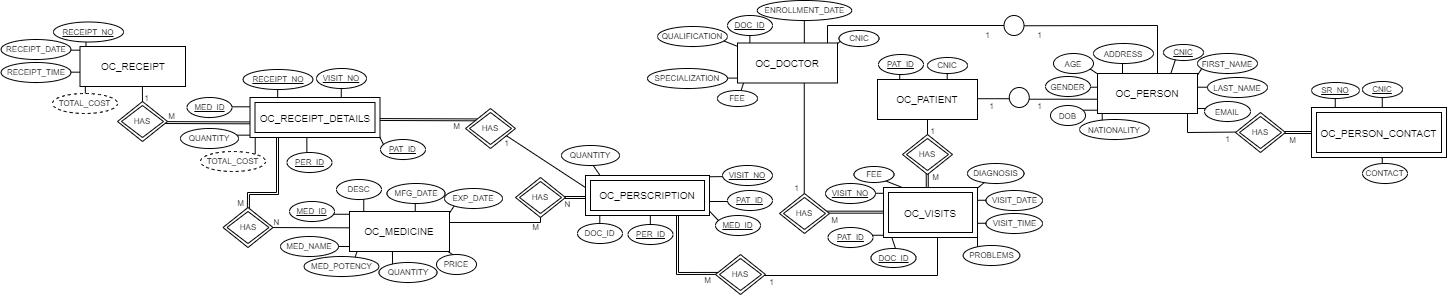
The draw.io diagram Database/Open Clinic ERD.png in talhaahmed884/Open-Clinic, before a commit. Source tidied: cells renumbered, new cells last; positions are measured from the earlier drawing's top-left corner, leaving out a move shared by most shapes.
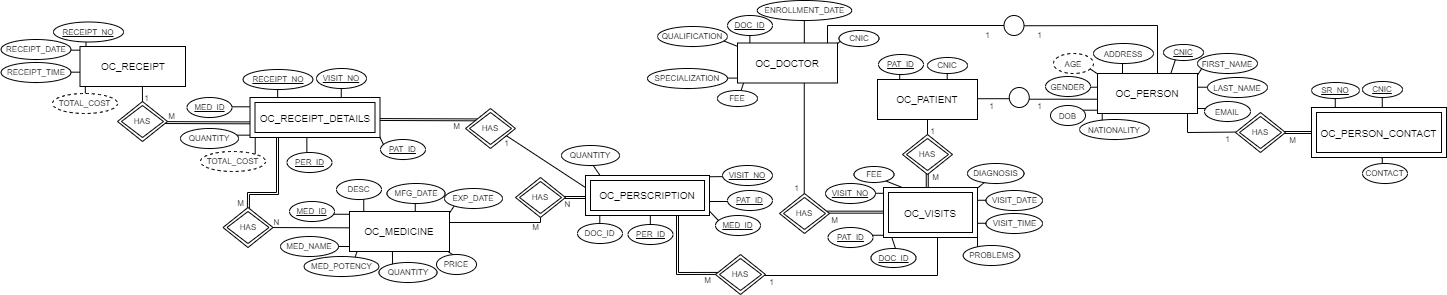
The same file after the commit.

What changed in the source:
```diff
@@ -493,7 +493,7 @@
     <mxCell id="79" value="&lt;font size=&quot;1&quot; style=&quot;line-height: 160%&quot;&gt;&lt;span style=&quot;line-height: 180% ; font-size: 8px&quot;&gt;ADDRESS&lt;/span&gt;&lt;/font&gt;" style="ellipse;whiteSpace=wrap;html=1;align=center;" parent="1" vertex="1">
       <mxGeometry x="1092" y="43" width="60" height="20" as="geometry" />
     </mxCell>
-    <mxCell id="80" value="&lt;font size=&quot;1&quot; style=&quot;line-height: 160%&quot;&gt;&lt;span style=&quot;line-height: 180% ; font-size: 8px&quot;&gt;AGE&lt;/span&gt;&lt;/font&gt;" style="ellipse;whiteSpace=wrap;html=1;align=center;" parent="1" vertex="1">
+    <mxCell id="80" value="&lt;font size=&quot;1&quot; style=&quot;line-height: 160%&quot;&gt;&lt;span style=&quot;line-height: 180% ; font-size: 8px&quot;&gt;AGE&lt;/span&gt;&lt;/font&gt;" style="ellipse;whiteSpace=wrap;html=1;align=center;dashed=1;" parent="1" vertex="1">
       <mxGeometry x="1052" y="53" width="40" height="20" as="geometry" />
     </mxCell>
     <mxCell id="81" value="&lt;font size=&quot;1&quot; style=&quot;line-height: 160%&quot;&gt;&lt;span style=&quot;line-height: 180% ; font-size: 8px&quot;&gt;GENDER&lt;/span&gt;&lt;/font&gt;" style="ellipse;whiteSpace=wrap;html=1;align=center;" parent="1" vertex="1">
```
